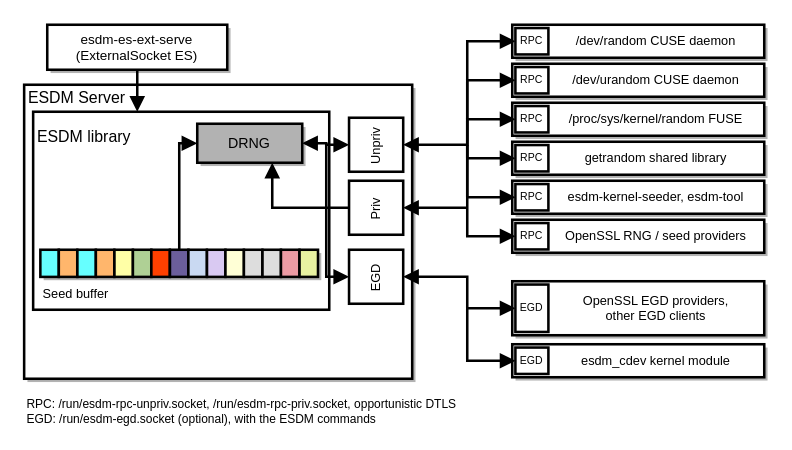
Earlier version of the draw.io diagram doc/typst/figures/deck-components.drawio (thillux/esdm). Source tidied: cells renumbered, new cells numbered last; positions are measured from the earlier drawing's top-left corner, leaving out a move shared by most shapes. Both pictures are drawn from the tidied source at 150%, with x=0, y=0 at pixel (24, 24).
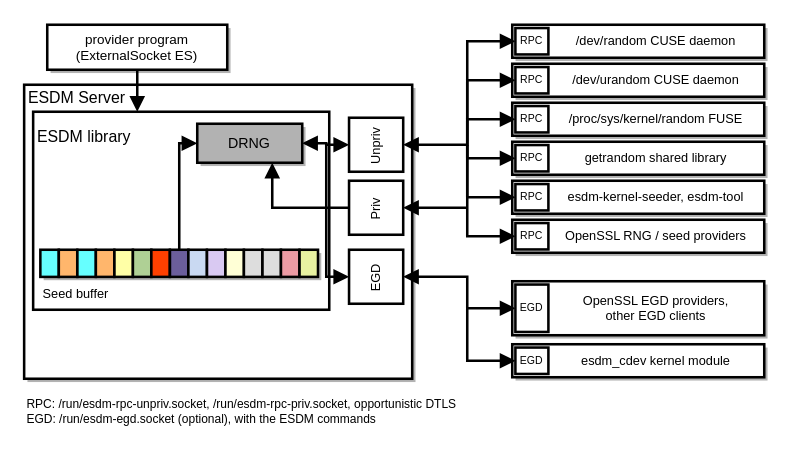
The same page after the edit.

Change to the diagram source:
```diff
@@
-    <mxCell id="74" value="esdm-es-ext-serve&#10;(ExternalSocket ES)" style="strokeColor=#000000;strokeWidth=1.7;rounded=0;fontFamily=Liberation Sans;fontColor=#000000;html=0;fontSize=9.0;fillColor=#FFFFFF;" parent="1" vertex="1">
+    <mxCell id="74" value="provider program&#10;(ExternalSocket ES)" style="strokeColor=#000000;strokeWidth=1.7;rounded=0;fontFamily=Liberation Sans;fontColor=#000000;html=0;fontSize=9.0;fillColor=#FFFFFF;" parent="1" vertex="1">
       <mxGeometry x="15" width="120" height="30" as="geometry" />
     </mxCell>
```
